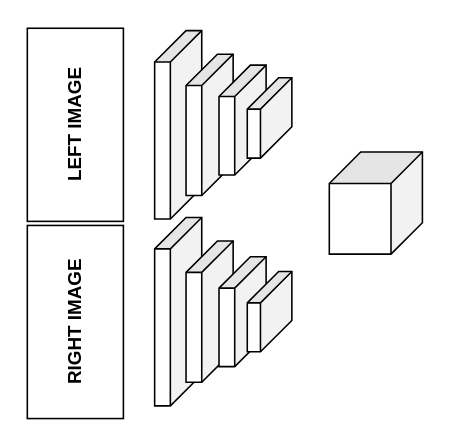
Earlier version of the draw.io diagram Untitled Diagram.drawio (APVGITHUB/stereo-fpga). Source tidied: cells renumbered, new cells numbered last; positions are measured from the earlier drawing's top-left corner, leaving out a move shared by most shapes. Both pictures are drawn from the tidied source at 157%, with x=0, y=0 at pixel (-22, 75).
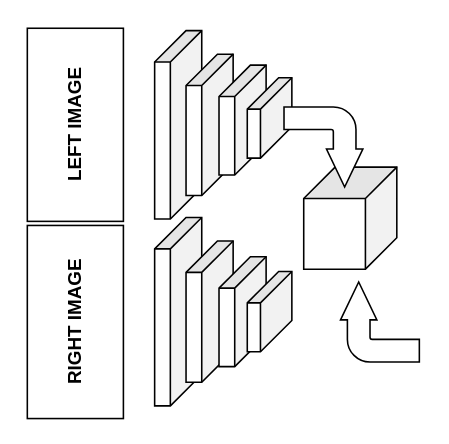
After the change.

Change to the diagram source:
```diff
@@
 <mxGraphModel>
   <root>
     <mxCell id="0" />
     <mxCell id="1" parent="0" />
     <mxCell id="2" style="shape=cube;whiteSpace=wrap;html=1;boundedLbl=1;backgroundOutline=1;darkOpacity=0.05;darkOpacity2=0.1;rotation=90;" parent="1" vertex="1">
       <mxGeometry x="67" y="16" width="120" height="30" as="geometry" />
     </mxCell>
     <mxCell id="3" style="shape=cube;whiteSpace=wrap;html=1;boundedLbl=1;backgroundOutline=1;darkOpacity=0.05;darkOpacity2=0.1;rotation=90;" parent="1" vertex="1">
       <mxGeometry x="102" y="16" width="90" height="30" as="geometry" />
     </mxCell>
     <mxCell id="4" style="shape=cube;whiteSpace=wrap;html=1;boundedLbl=1;backgroundOutline=1;darkOpacity=0.05;darkOpacity2=0.1;rotation=90;" parent="1" vertex="1">
       <mxGeometry x="133" y="13" width="70" height="30" as="geometry" />
     </mxCell>
     <mxCell id="5" style="shape=cube;whiteSpace=wrap;html=1;boundedLbl=1;backgroundOutline=1;darkOpacity=0.05;darkOpacity2=0.1;rotation=90;" parent="1" vertex="1">
       <mxGeometry x="67" y="135" width="120" height="30" as="geometry" />
     </mxCell>
     <mxCell id="6" style="shape=cube;whiteSpace=wrap;html=1;boundedLbl=1;backgroundOutline=1;darkOpacity=0.05;darkOpacity2=0.1;rotation=90;" parent="1" vertex="1">
       <mxGeometry x="102" y="135" width="90" height="30" as="geometry" />
     </mxCell>
     <mxCell id="7" style="shape=cube;whiteSpace=wrap;html=1;boundedLbl=1;backgroundOutline=1;darkOpacity=0.05;darkOpacity2=0.1;rotation=90;" parent="1" vertex="1">
       <mxGeometry x="133" y="135" width="70" height="30" as="geometry" />
     </mxCell>
     <mxCell id="8" style="shape=cube;whiteSpace=wrap;html=1;boundedLbl=1;backgroundOutline=1;darkOpacity=0.05;darkOpacity2=0.1;rotation=90;" parent="1" vertex="1">
       <mxGeometry x="159.6" y="12.4" width="51.2" height="28.4" as="geometry" />
     </mxCell>
     <mxCell id="9" style="shape=cube;whiteSpace=wrap;html=1;boundedLbl=1;backgroundOutline=1;darkOpacity=0.05;darkOpacity2=0.1;rotation=90;" parent="1" vertex="1">
       <mxGeometry x="159.6" y="135.8" width="51.2" height="28.4" as="geometry" />
     </mxCell>
     <mxCell id="10" value="&lt;b&gt;LEFT IMAGE&lt;/b&gt;" style="rounded=0;whiteSpace=wrap;html=1;rotation=-90;" parent="1" vertex="1">
       <mxGeometry y="0.4" width="123" height="61.2" as="geometry" />
     </mxCell>
     <mxCell id="11" value="&lt;b&gt;RIGHT IMAGE&lt;/b&gt;" style="rounded=0;whiteSpace=wrap;html=1;rotation=-90;" parent="1" vertex="1">
       <mxGeometry y="126" width="123" height="61.2" as="geometry" />
     </mxCell>
     <mxCell id="12" style="shape=cube;whiteSpace=wrap;html=1;boundedLbl=1;backgroundOutline=1;darkOpacity=0.05;darkOpacity2=0.1;rotation=90;" parent="1" vertex="1">
-      <mxGeometry x="220.4" y="51.2" width="65" height="59.3" as="geometry" />
+      <mxGeometry x="204.1" y="60.8" width="65" height="59.3" as="geometry" />
     </mxCell>
+    <mxCell id="13" style="html=1;shadow=0;dashed=0;align=center;verticalAlign=middle;shape=mxgraph.arrows2.bendArrow;dy=7.21;dx=24.16;notch=0;arrowHead=23.15;rounded=1;rotation=90;" parent="1" vertex="1">
+      <mxGeometry x="194" y="20" width="51" height="50.2" as="geometry" />
+    </mxCell>
+    <mxCell id="14" style="html=1;shadow=0;dashed=0;align=center;verticalAlign=middle;shape=mxgraph.arrows2.bendArrow;dy=7.21;dx=24.16;notch=0;arrowHead=23.15;rounded=1;rotation=-90;" parent="1" vertex="1">
+      <mxGeometry x="230" y="131.5" width="51" height="50.2" as="geometry" />
+    </mxCell>
   </root>
 </mxGraphModel>
```
